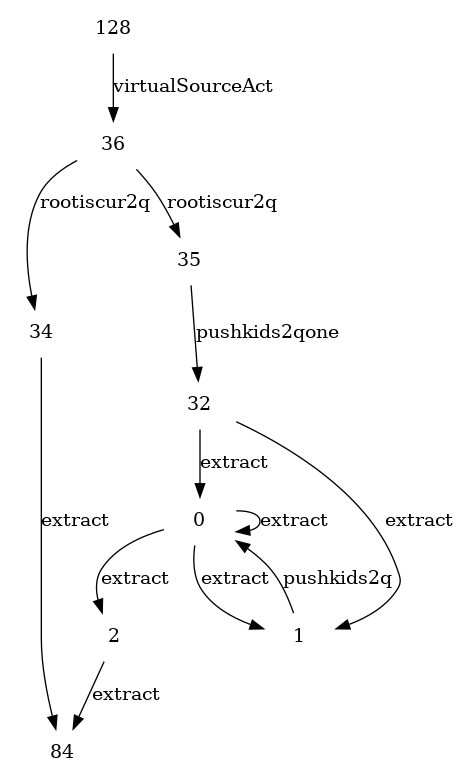
Tridu33/SAVG keeps this Graphviz diagram as PRP_planner-for-relevant-policies/solutionsByPRP/fond_treetraversal.png. Above is the earlier version. Its source is kept beside it as PRP_planner-for-relevant-policies/solutionsByPRP/fond_treetraversal.dot. The source it was exported from:
```dot
digraph G {
    node [shape=plaintext]
34->84[label = "extract"]

2->84[label = "extract"]

36->34[label = "rootiscur2q"]
36->35[label = "rootiscur2q"]

0->2[label = "extract"]
0->1[label = "extract"]
0->0[label = "extract"]

128->36[label = "virtualSourceAct"]

32->0[label = "extract"]
32->1[label = "extract"]

1->0[label = "pushkids2q"]

35->32[label = "pushkids2qone"]

}
```
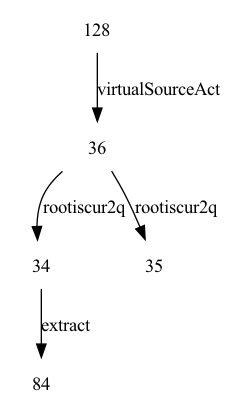
The same diagram one commit later.

The edit, as a diff of the source:
```diff
@@ -2,22 +2,9 @@
     node [shape=plaintext]
 34->84[label = "extract"]
 
-2->84[label = "extract"]
-
 36->34[label = "rootiscur2q"]
 36->35[label = "rootiscur2q"]
 
-0->2[label = "extract"]
-0->1[label = "extract"]
-0->0[label = "extract"]
-
 128->36[label = "virtualSourceAct"]
 
-32->0[label = "extract"]
-32->1[label = "extract"]
-
-1->0[label = "pushkids2q"]
-
-35->32[label = "pushkids2qone"]
-
 }
```
